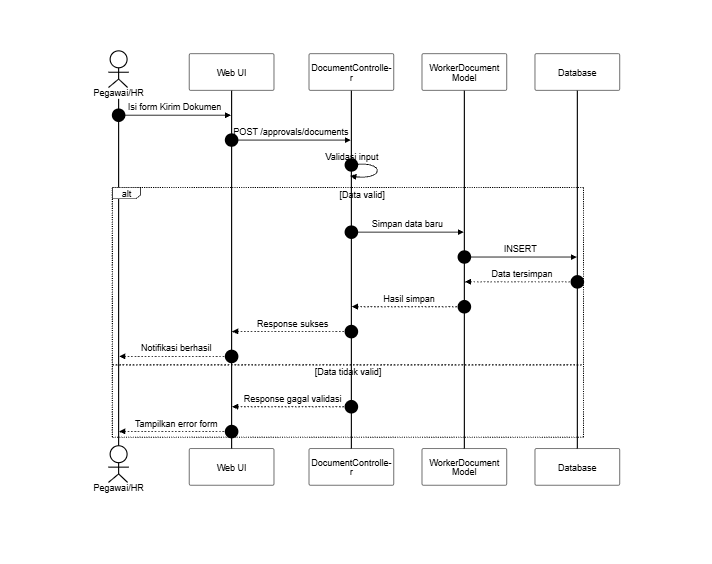
Before: docs/SequenceDiagram/PNG_Transparent/PengajuanDokumen-Upload.png, a diagram exported from Mermaid (SulaimanHafi23/SimpegRSHDI). Its source is kept beside it as docs/SequenceDiagram/PengajuanDokumen-Upload.mermaid. Source of this version:
```mermaid
%%{init: {"theme": "base", "themeVariables": {"background": "#dddddd", "primaryColor": "#ffffff", "primaryBorderColor": "#000000", "primaryTextColor": "#000000", "lineColor": "#000000", "textColor": "#000000", "actorBkg": "#ffffff", "actorBorder": "#000000", "actorTextColor": "#000000", "activationBkgColor": "#ffffff", "activationBorderColor": "#000000", "signalColor": "#000000", "signalTextColor": "#000000", "labelBoxBkgColor": "#ffffff", "labelBoxBorderColor": "#000000", "labelTextColor": "#000000", "sequenceNumberColor": "#000000", "noteBkgColor": "#ffffff", "noteBorderColor": "#000000", "noteTextColor": "#000000"}, "sequence": {"useMaxWidth": true, "wrap": true, "messageFontSize": 12, "noteFontSize": 12}}}%%
sequenceDiagram
    autonumber
    actor A as Pegawai/HR
    participant UI as Web UI
    participant C as DocumentController
    participant M as WorkerDocument Model
    participant DB as Database

    A->>UI: Isi form Kirim Dokumen
    UI->>C: POST /approvals/documents
    C->>C: Validasi input
    alt Data valid
        C->>M: Simpan data baru
        M->>DB: INSERT
        DB-->>M: Data tersimpan
        M-->>C: Hasil simpan
        C-->>UI: Response sukses
        UI-->>A: Notifikasi berhasil
    else Data tidak valid
        C-->>UI: Response gagal validasi
        UI-->>A: Tampilkan error form
    end
```
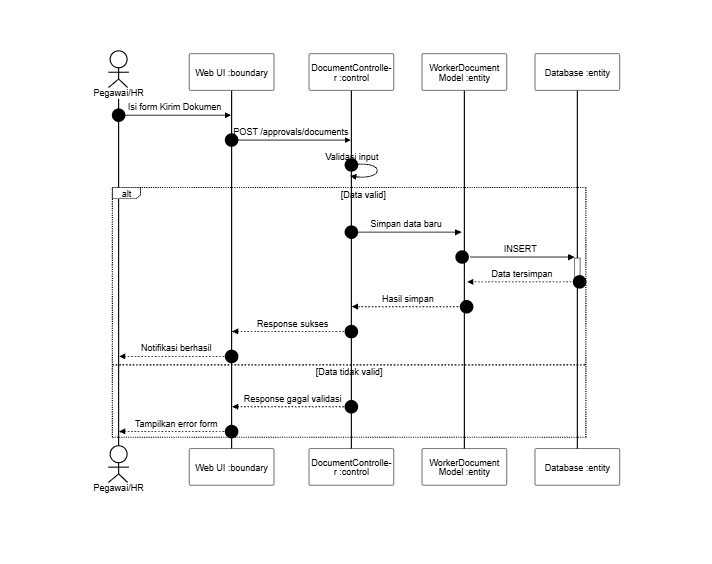
The same diagram one commit later.

What changed in the source:
```diff
@@ -2,18 +2,18 @@
 sequenceDiagram
     autonumber
     actor A as Pegawai/HR
-    participant UI as Web UI
-    participant C as DocumentController
-    participant M as WorkerDocument Model
-    participant DB as Database
+    participant UI as Web UI :boundary
+    participant C as DocumentController :control
+    participant M as WorkerDocument Model :entity
+    participant DB as Database :entity
 
     A->>UI: Isi form Kirim Dokumen
     UI->>C: POST /approvals/documents
     C->>C: Validasi input
     alt Data valid
-        C->>M: Simpan data baru
-        M->>DB: INSERT
-        DB-->>M: Data tersimpan
+        C->>+M: Simpan data baru
+        M->>+DB: INSERT
+        DB-->>-M: Data tersimpan
         M-->>C: Hasil simpan
         C-->>UI: Response sukses
         UI-->>A: Notifikasi berhasil
```
